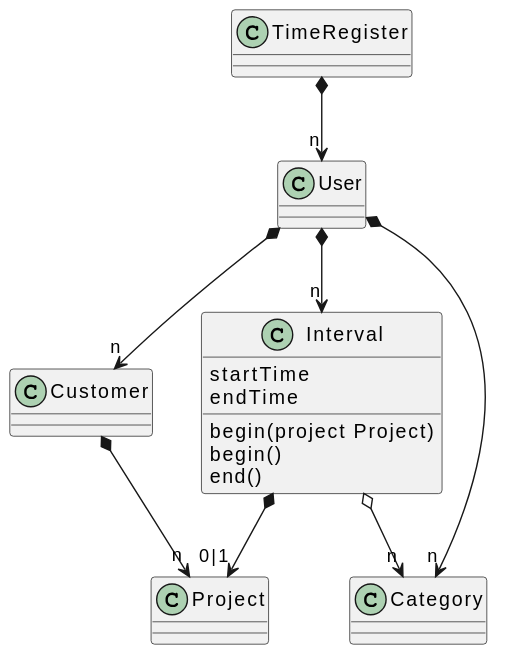
This is docs/domain.svg from EscuelaIt/time-register, a PlantUML export, as it was before one commit.
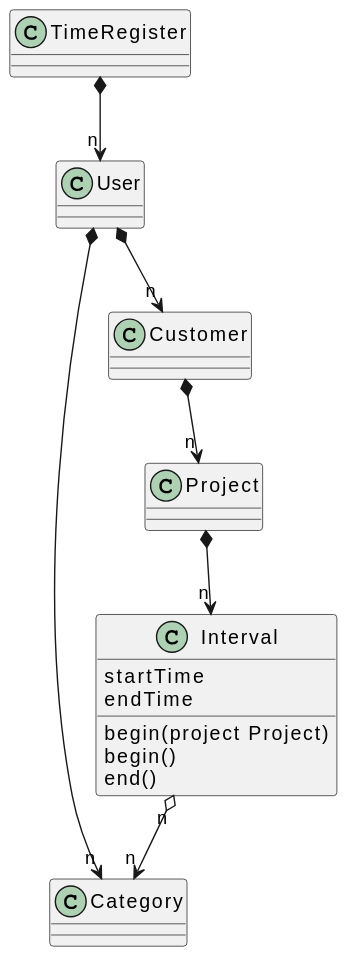
After the change.

Commit message:
Actualizar modelo de dominio

Diff of the diagram source:
```diff
@@ -15,8 +15,7 @@
 TimeRegister *-down-> "n" User
 User *-down-> "n" Customer
 Customer *-down-> "n" Project
-User *-down-> "n" Interval
 User *-down-> "n" Category
-Interval *-> "0|1" Project
-Interval o-down-> "n" Category
+Project *-down-> "n" Interval
+Interval "n" o-down-> "n" Category
 @enduml
```
